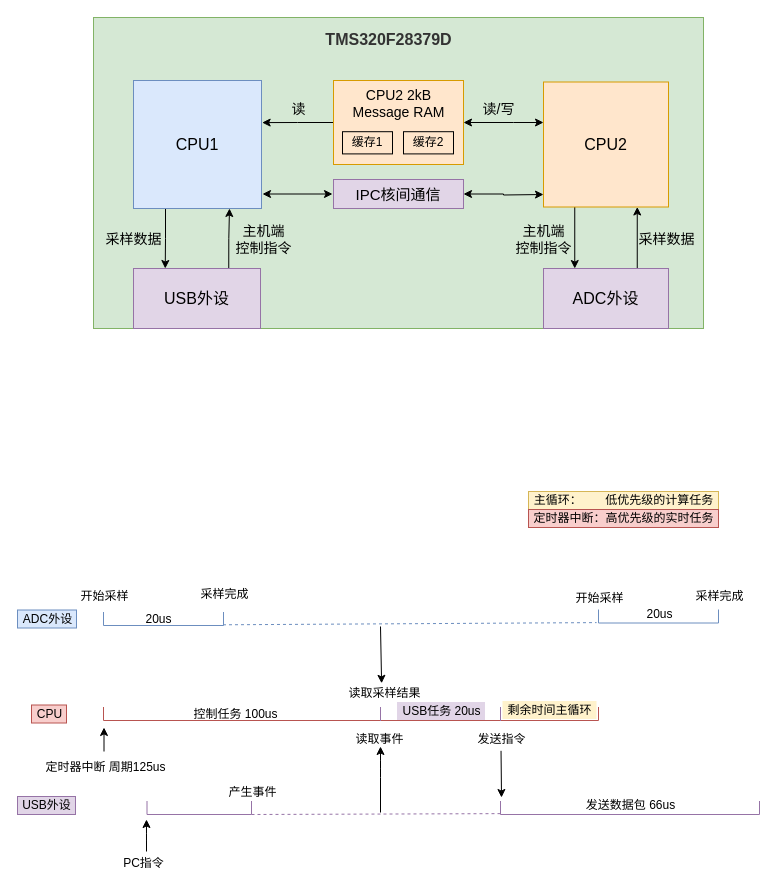
fuxinsen/test keeps this draw.io diagram as page "DSP程序内部逻辑" (2 of 6) of Untitled Diagram.drawio. Above is the earlier version. Source tidied: cells renumbered, new cells numbered last; positions are measured from the earlier drawing's top-left corner, leaving out a move shared by most shapes. Both pictures are drawn from the tidied source at 100%, with x=0, y=0 at pixel (17, 17).
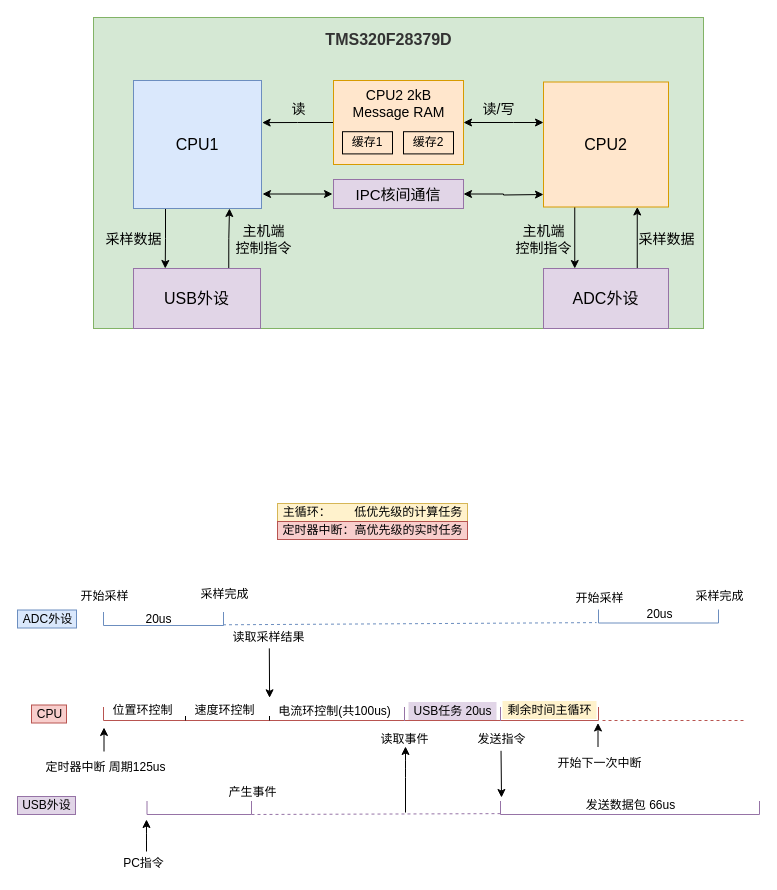
After the change.

What changed in the source:
```diff
@@
     <mxCell id="30" style="shape=partialRectangle;whiteSpace=wrap;html=1;bottom=0;top=0;strokeColor=#9673a6;fillColor=none;" parent="1" vertex="1">
-      <mxGeometry x="363" y="690" width="120" height="13" as="geometry" />
+      <mxGeometry x="387" y="690" width="96" height="13" as="geometry" />
     </mxCell>
@@
-    <mxCell id="36" value="控制任务 100us" style="text;html=1;align=center;verticalAlign=middle;strokeColor=none;" parent="1" vertex="1">
-      <mxGeometry x="171" y="687.5" width="94" height="18" as="geometry" />
+    <mxCell id="36" value="位置环控制" style="text;html=1;align=center;verticalAlign=middle;strokeColor=none;" parent="1" vertex="1">
+      <mxGeometry x="90" y="683.5" width="70" height="18" as="geometry" />
     </mxCell>
     <mxCell id="37" value="USB任务 20us" style="text;html=1;align=center;verticalAlign=middle;fillColor=#e1d5e7;" parent="1" vertex="1">
-      <mxGeometry x="379.5" y="684.5" width="88" height="18" as="geometry" />
+      <mxGeometry x="391" y="684.5" width="88" height="18" as="geometry" />
     </mxCell>
@@
-    <mxCell id="44" style="endArrow=classic;html=1;entryX=0.465;entryY=-0.097;entryDx=0;entryDy=0;entryPerimeter=0;" parent="1" edge="1">
+    <mxCell id="44" style="endArrow=classic;html=1;entryX=0.465;entryY=-0.097;entryDx=0;entryDy=0;entryPerimeter=0;exitX=0.51;exitY=1.132;exitDx=0;exitDy=0;exitPerimeter=0;" parent="1" edge="1" source="45">
       <mxGeometry relative="1" as="geometry">
-        <mxPoint x="363" y="609" as="sourcePoint" />
-        <mxPoint x="364.1" y="665.8" as="targetPoint" />
+        <mxPoint x="252.1" y="680.3" as="targetPoint" />
       </mxGeometry>
     </mxCell>
     <mxCell id="45" value="读取采样结果" style="text;html=1;align=center;verticalAlign=middle;points=[];strokeColor=none;" parent="1" vertex="1">
-      <mxGeometry x="326" y="666.5" width="82" height="18" as="geometry" />
+      <mxGeometry x="210" y="610.5" width="82" height="18" as="geometry" />
     </mxCell>
@@
     <mxCell id="50" value="主循环：&amp;nbsp; &amp;nbsp; &amp;nbsp; &amp;nbsp;低优先级的计算任务" style="text;html=1;align=center;verticalAlign=middle;strokeColor=#d6b656;fillColor=#fff2cc;" parent="1" vertex="1">
-      <mxGeometry x="511" y="474" width="190" height="18" as="geometry" />
+      <mxGeometry x="260" y="486" width="190" height="18" as="geometry" />
     </mxCell>
     <mxCell id="51" value="定时器中断：高优先级的实时任务" style="text;html=1;align=center;verticalAlign=middle;strokeColor=#b85450;fillColor=#f8cecc;" parent="1" vertex="1">
-      <mxGeometry x="511" y="492" width="190" height="18" as="geometry" />
+      <mxGeometry x="260" y="504" width="190" height="18" as="geometry" />
     </mxCell>
@@
     <mxCell id="56" style="endArrow=classic;html=1;entryX=-0.005;entryY=1.385;entryDx=0;entryDy=0;entryPerimeter=0;" parent="1" edge="1">
       <mxGeometry relative="1" as="geometry">
-        <mxPoint x="363" y="795" as="sourcePoint" />
-        <mxPoint x="363" y="729" as="targetPoint" />
+        <mxPoint x="388" y="795" as="sourcePoint" />
+        <mxPoint x="388" y="729" as="targetPoint" />
         <Array as="points">
-          <mxPoint x="363" y="750" />
+          <mxPoint x="388" y="750" />
         </Array>
       </mxGeometry>
     </mxCell>
     <mxCell id="57" value="读取事件" style="text;html=1;align=center;verticalAlign=middle;strokeColor=none;" parent="1" vertex="1">
-      <mxGeometry x="333" y="713" width="58" height="18" as="geometry" />
+      <mxGeometry x="358" y="713" width="58" height="18" as="geometry" />
     </mxCell>
@@
+    <mxCell id="61" style="endArrow=none;dashed=1;html=1;fillColor=#f8cecc;strokeColor=#b85450;" parent="1" edge="1">
+      <mxGeometry relative="1" as="geometry">
+        <mxPoint x="585" y="703" as="sourcePoint" />
+        <mxPoint x="727" y="703" as="targetPoint" />
+      </mxGeometry>
+    </mxCell>
+    <mxCell id="62" value="开始下一次中断" style="text;html=1;align=center;verticalAlign=middle;strokeColor=none;" parent="1" vertex="1">
+      <mxGeometry x="535" y="736.5" width="94" height="18" as="geometry" />
+    </mxCell>
+    <mxCell id="63" style="endArrow=classic;html=1;" parent="1" edge="1">
+      <mxGeometry relative="1" as="geometry">
+        <mxPoint x="580.5" y="729.5" as="sourcePoint" />
+        <mxPoint x="580.5" y="705.5" as="targetPoint" />
+      </mxGeometry>
+    </mxCell>
+    <mxCell id="64" value="速度环控制" style="text;html=1;align=center;verticalAlign=middle;strokeColor=none;" parent="1" vertex="1">
+      <mxGeometry x="172" y="683.5" width="70" height="18" as="geometry" />
+    </mxCell>
+    <mxCell id="65" value="电流环控制(共100us)" style="text;html=1;align=center;verticalAlign=middle;strokeColor=none;" parent="1" vertex="1">
+      <mxGeometry x="255" y="684.5" width="123" height="18" as="geometry" />
+    </mxCell>
+    <mxCell id="66" style="shape=partialRectangle;whiteSpace=wrap;html=1;bottom=0;top=0;fillColor=none;strokeColor=#000000;" parent="1" vertex="1">
+      <mxGeometry x="168" y="699" width="84" height="3.5" as="geometry" />
+    </mxCell>
```
